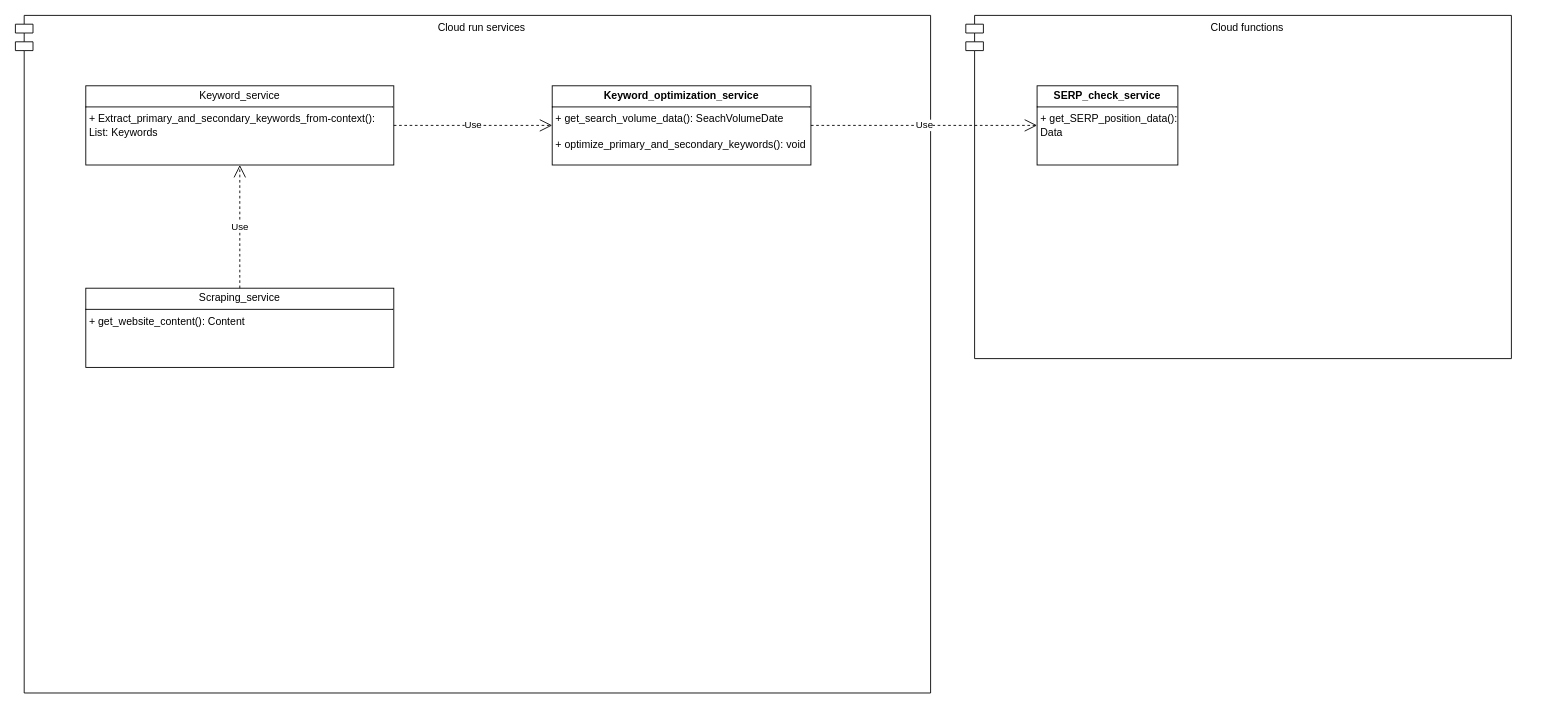
This is Design/Components_diagram/Service_diagram.drawio from Warglaive/Fontys_deliverables_spienzer, a draw.io file, before an edit. Source tidied: cells renumbered, new cells numbered last; positions are measured from the earlier drawing's top-left corner, leaving out a move shared by most shapes. Both pictures are drawn from the tidied source at 88%, with x=0, y=0 at pixel (15, 15).
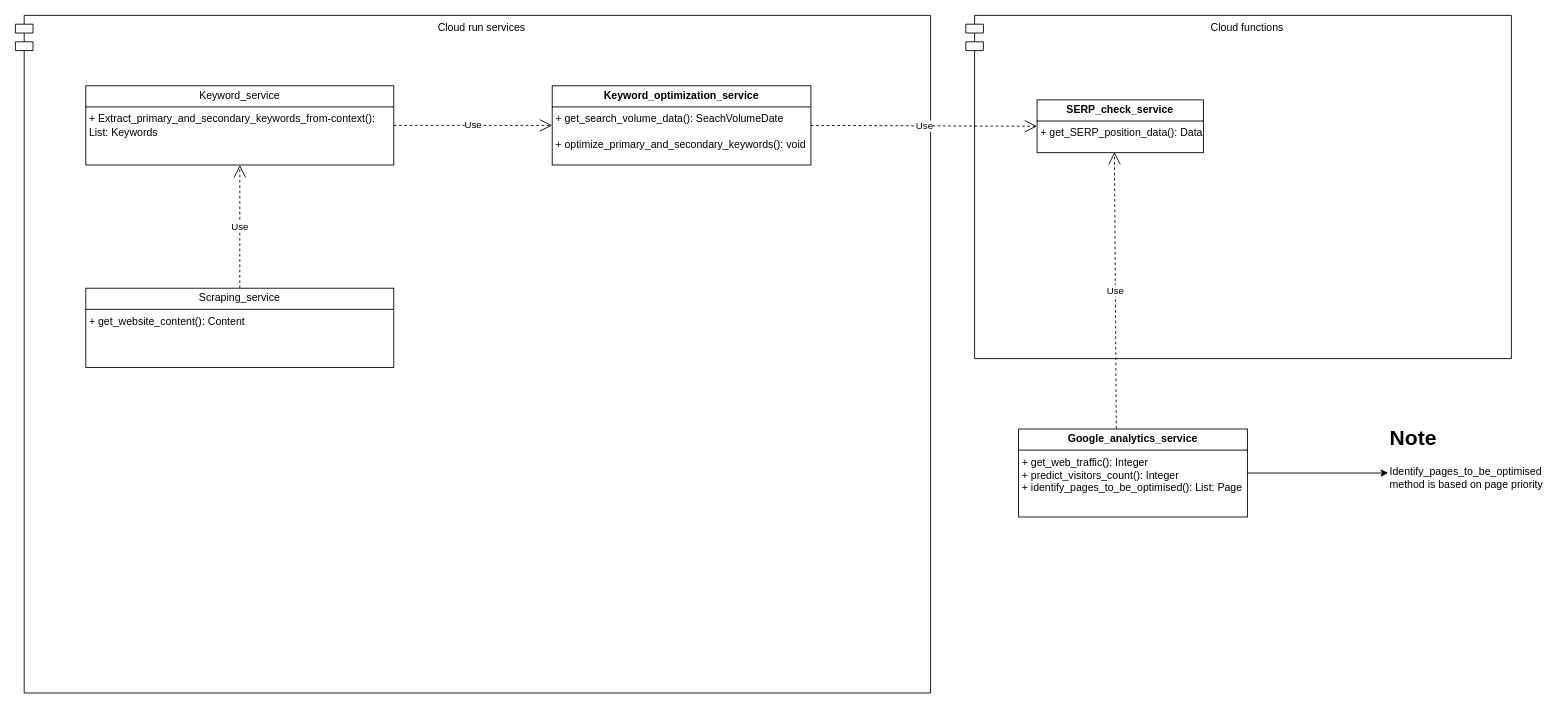
After the change.

What changed in the source:
```diff
@@
 <mxGraphModel>
   <root>
     <mxCell id="0" />
     <mxCell id="1" parent="0" />
     <mxCell id="2" value="Cloud run services" style="shape=module;align=left;spacingLeft=20;align=center;verticalAlign=top;whiteSpace=wrap;html=1;" parent="1" vertex="1">
       <mxGeometry width="1040" height="770" as="geometry" />
     </mxCell>
     <mxCell id="3" value="&lt;p style=&quot;margin:0px;margin-top:4px;text-align:center;&quot;&gt;Keyword_&lt;span style=&quot;background-color: initial;&quot;&gt;service&lt;/span&gt;&lt;/p&gt;&lt;hr size=&quot;1&quot; style=&quot;border-style:solid;&quot;&gt;&lt;p style=&quot;margin:0px;margin-left:4px;&quot;&gt;&lt;/p&gt;&lt;p style=&quot;margin:0px;margin-left:4px;&quot;&gt;+ Extract_primary_and_secondary_keywords_from-context(): List: Keywords&lt;/p&gt;" style="verticalAlign=top;align=left;overflow=fill;html=1;whiteSpace=wrap;" parent="1" vertex="1">
       <mxGeometry x="80" y="80" width="350" height="90" as="geometry" />
     </mxCell>
     <mxCell id="4" value="&lt;p style=&quot;margin:0px;margin-top:4px;text-align:center;&quot;&gt;Scraping_service&lt;br&gt;&lt;/p&gt;&lt;hr size=&quot;1&quot; style=&quot;border-style:solid;&quot;&gt;&lt;p style=&quot;margin:0px;margin-left:4px;&quot;&gt;&lt;/p&gt;&lt;p style=&quot;margin:0px;margin-left:4px;&quot;&gt;+ get_website_content(): Content&lt;/p&gt;&lt;p style=&quot;margin:0px;margin-left:4px;&quot;&gt;&lt;br&gt;&lt;/p&gt;" style="verticalAlign=top;align=left;overflow=fill;html=1;whiteSpace=wrap;" parent="1" vertex="1">
       <mxGeometry x="80" y="310" width="350" height="90" as="geometry" />
     </mxCell>
     <mxCell id="5" value="Cloud functions" style="shape=module;align=left;spacingLeft=20;align=center;verticalAlign=top;whiteSpace=wrap;html=1;" parent="1" vertex="1">
       <mxGeometry x="1080" width="620" height="390" as="geometry" />
     </mxCell>
     <mxCell id="6" value="&lt;p style=&quot;margin:0px;margin-top:4px;text-align:center;&quot;&gt;&lt;b&gt;SERP_check_service&lt;/b&gt;&lt;/p&gt;&lt;hr size=&quot;1&quot; style=&quot;border-style:solid;&quot;&gt;&lt;p style=&quot;margin:0px;margin-left:4px;&quot;&gt;&lt;/p&gt;&lt;p style=&quot;margin:0px;margin-left:4px;&quot;&gt;+ get_SERP_position_data(): Data&lt;/p&gt;" style="verticalAlign=top;align=left;overflow=fill;html=1;whiteSpace=wrap;" parent="1" vertex="1">
-      <mxGeometry x="1161" y="80" width="160" height="90" as="geometry" />
+      <mxGeometry x="1161" y="96" width="189" height="60" as="geometry" />
     </mxCell>
     <mxCell id="7" value="&lt;p style=&quot;margin:0px;margin-top:4px;text-align:center;&quot;&gt;&lt;b&gt;Keyword_optimization_service&lt;/b&gt;&lt;/p&gt;&lt;hr size=&quot;1&quot; style=&quot;border-style:solid;&quot;&gt;&lt;p style=&quot;margin:0px;margin-left:4px;&quot;&gt;&lt;/p&gt;&lt;p style=&quot;margin:0px;margin-left:4px;&quot;&gt;+ get_search_volume_data(): SeachVolumeDate&lt;/p&gt;&lt;p style=&quot;margin:0px;margin-left:4px;&quot;&gt;&lt;br&gt;&lt;/p&gt;&lt;p style=&quot;margin:0px;margin-left:4px;&quot;&gt;+ optimize_primary_and_secondary_keywords(): void&lt;/p&gt;" style="verticalAlign=top;align=left;overflow=fill;html=1;whiteSpace=wrap;" parent="1" vertex="1">
       <mxGeometry x="610" y="80" width="294" height="90" as="geometry" />
     </mxCell>
     <mxCell id="8" value="Use" style="endArrow=open;endSize=12;dashed=1;html=1;rounded=0;entryX=0.5;entryY=1;entryDx=0;entryDy=0;exitX=0.5;exitY=0;exitDx=0;exitDy=0;" parent="1" edge="1" source="4" target="3">
       <mxGeometry relative="1" as="geometry" />
     </mxCell>
     <mxCell id="9" value="Use" style="endArrow=open;endSize=12;dashed=1;html=1;rounded=0;exitX=1;exitY=0.5;exitDx=0;exitDy=0;entryX=0;entryY=0.5;entryDx=0;entryDy=0;" parent="1" edge="1" source="3" target="7">
       <mxGeometry relative="1" as="geometry" />
     </mxCell>
     <mxCell id="10" value="Use" style="endArrow=open;endSize=12;dashed=1;html=1;rounded=0;exitX=1;exitY=0.5;exitDx=0;exitDy=0;entryX=0;entryY=0.5;entryDx=0;entryDy=0;" parent="1" edge="1" source="7" target="6">
       <mxGeometry relative="1" as="geometry" />
     </mxCell>
+    <mxCell id="11" value="&lt;p style=&quot;margin:0px;margin-top:4px;text-align:center;&quot;&gt;&lt;b&gt;Google_analytics_service&lt;/b&gt;&lt;/p&gt;&lt;hr size=&quot;1&quot; style=&quot;border-style:solid;&quot;&gt;&lt;p style=&quot;margin:0px;margin-left:4px;&quot;&gt;&lt;/p&gt;&lt;p style=&quot;margin:0px;margin-left:4px;&quot;&gt;+ get_web_traffic(): Integer&lt;/p&gt;&lt;p style=&quot;margin:0px;margin-left:4px;&quot;&gt;+ predict_visitors_count(): Integer&lt;/p&gt;&lt;p style=&quot;margin:0px;margin-left:4px;&quot;&gt;+ identify_pages_to_be_optimised(): List: Page&lt;/p&gt;" style="verticalAlign=top;align=left;overflow=fill;html=1;whiteSpace=wrap;" parent="1" vertex="1">
+      <mxGeometry x="1140" y="470" width="260" height="100" as="geometry" />
+    </mxCell>
+    <mxCell id="12" style="edgeStyle=orthogonalEdgeStyle;rounded=0;jettySize=auto;html=1;exitX=1;exitY=0.5;exitDx=0;exitDy=0;" parent="1" edge="1" source="11" target="13">
+      <mxGeometry relative="1" as="geometry" />
+    </mxCell>
+    <mxCell id="13" value="&lt;h1 style=&quot;margin-top: 0px;&quot;&gt;Note&lt;/h1&gt;&lt;p&gt;Identify_pages_to_be_optimised method is based on page priority&lt;/p&gt;" style="text;html=1;whiteSpace=wrap;overflow=hidden;rounded=0;" parent="1" vertex="1">
+      <mxGeometry x="1560" y="460" width="180" height="120" as="geometry" />
+    </mxCell>
+    <mxCell id="14" value="Use" style="endArrow=open;endSize=12;dashed=1;html=1;rounded=0;entryX=0.465;entryY=0.987;entryDx=0;entryDy=0;entryPerimeter=0;exitX=0.427;exitY=-0.003;exitDx=0;exitDy=0;exitPerimeter=0;" parent="1" edge="1" source="11" target="6">
+      <mxGeometry relative="1" as="geometry" />
+    </mxCell>
   </root>
 </mxGraphModel>
```
